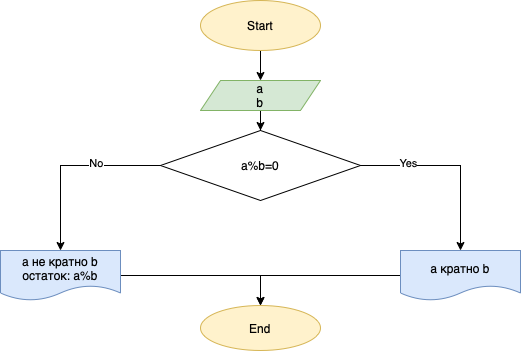
Earlier version of the draw.io export Task_2.03/Task_2.03.png (sdhomenko/Homework_CS1). Source tidied: cells renumbered, new cells last; positions are measured from the earlier drawing's top-left corner, leaving out a move shared by most shapes.
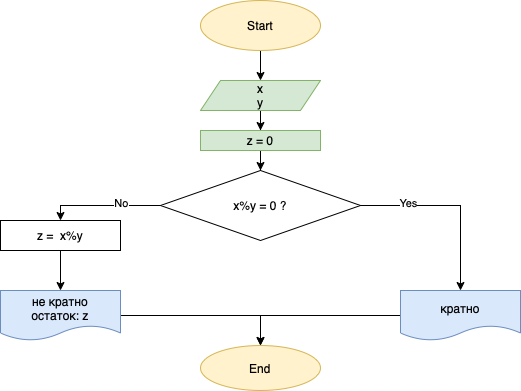
Later version of the same file.

What changed in the source:
```diff
@@ -6,16 +6,20 @@
       <mxGeometry relative="1" as="geometry" />
     </mxCell>
     <mxCell id="3" value="Start" style="ellipse;whiteSpace=wrap;html=1;fillColor=#fff2cc;strokeColor=#d6b656;" parent="1" vertex="1">
-      <mxGeometry x="200" width="120" height="50" as="geometry" />
+      <mxGeometry x="200" y="-40" width="120" height="50" as="geometry" />
     </mxCell>
-    <mxCell id="4" style="edgeStyle=orthogonalEdgeStyle;rounded=0;jettySize=auto;html=1;" parent="1" edge="1" source="5" target="10">
-      <mxGeometry relative="1" as="geometry" />
-    </mxCell>
+    <mxCell id="16" style="edgeStyle=orthogonalEdgeStyle;rounded=0;jettySize=auto;html=1;" parent="1" edge="1" source="5" target="18">
+      <mxGeometry relative="1" as="geometry" />
+    </mxCell>
-    <mxCell id="5" value="a&lt;br&gt;b" style="shape=parallelogram;perimeter=parallelogramPerimeter;whiteSpace=wrap;html=1;fixedSize=1;fillColor=#d5e8d4;strokeColor=#82b366;" parent="1" vertex="1">
-      <mxGeometry x="200" y="80" width="120" height="30" as="geometry" />
+    <mxCell id="5" value="x&lt;br&gt;y" style="shape=parallelogram;perimeter=parallelogramPerimeter;whiteSpace=wrap;html=1;fixedSize=1;fillColor=#d5e8d4;strokeColor=#82b366;" parent="1" vertex="1">
+      <mxGeometry x="200" y="40" width="120" height="30" as="geometry" />
     </mxCell>
-    <mxCell id="6" style="edgeStyle=orthogonalEdgeStyle;rounded=0;jettySize=auto;html=1;" parent="1" edge="1" source="10" target="12">
-      <mxGeometry relative="1" as="geometry" />
+    <mxCell id="6" style="edgeStyle=orthogonalEdgeStyle;rounded=0;jettySize=auto;html=1;" parent="1" edge="1" source="10" target="20">
+      <mxGeometry relative="1" as="geometry">
+        <Array as="points">
+          <mxPoint x="60" y="165" />
+        </Array>
+      </mxGeometry>
     </mxCell>
     <mxCell id="7" value="No" style="edgeLabel;html=1;align=center;verticalAlign=middle;" parent="6" vertex="1">
       <mxGeometry x="-0.3" y="-3" relative="1" as="geometry" />
@@ -26,23 +30,35 @@
     <mxCell id="9" value="Yes" style="edgeLabel;html=1;align=center;verticalAlign=middle;" parent="8" vertex="1">
       <mxGeometry x="-0.49" y="3" relative="1" as="geometry" />
     </mxCell>
-    <mxCell id="10" value="a%b=0" style="rhombus;whiteSpace=wrap;html=1;" parent="1" vertex="1">
+    <mxCell id="10" value="x%y = 0 ?" style="rhombus;whiteSpace=wrap;html=1;" parent="1" vertex="1">
       <mxGeometry x="160" y="130" width="200" height="70" as="geometry" />
     </mxCell>
     <mxCell id="11" style="edgeStyle=orthogonalEdgeStyle;rounded=0;jettySize=auto;html=1;" parent="1" edge="1" source="12" target="15">
       <mxGeometry relative="1" as="geometry" />
     </mxCell>
-    <mxCell id="12" value="a не кратно b&lt;br&gt;остаток: a%b" style="shape=document;whiteSpace=wrap;html=1;boundedLbl=1;fillColor=#dae8fc;strokeColor=#6c8ebf;" parent="1" vertex="1">
+    <mxCell id="12" value="не кратно&lt;br&gt;остаток: z" style="shape=document;whiteSpace=wrap;html=1;boundedLbl=1;fillColor=#dae8fc;strokeColor=#6c8ebf;" parent="1" vertex="1">
       <mxGeometry y="250" width="120" height="50" as="geometry" />
     </mxCell>
     <mxCell id="13" style="edgeStyle=orthogonalEdgeStyle;rounded=0;jettySize=auto;html=1;" parent="1" edge="1" source="14" target="15">
       <mxGeometry relative="1" as="geometry" />
     </mxCell>
-    <mxCell id="14" value="a кратно b" style="shape=document;whiteSpace=wrap;html=1;boundedLbl=1;fillColor=#dae8fc;strokeColor=#6c8ebf;" parent="1" vertex="1">
+    <mxCell id="14" value="кратно" style="shape=document;whiteSpace=wrap;html=1;boundedLbl=1;fillColor=#dae8fc;strokeColor=#6c8ebf;" parent="1" vertex="1">
       <mxGeometry x="400" y="250" width="120" height="50" as="geometry" />
     </mxCell>
     <mxCell id="15" value="End" style="ellipse;whiteSpace=wrap;html=1;fillColor=#fff2cc;strokeColor=#d6b656;" parent="1" vertex="1">
       <mxGeometry x="200" y="305" width="120" height="45" as="geometry" />
     </mxCell>
+    <mxCell id="17" style="edgeStyle=orthogonalEdgeStyle;rounded=0;jettySize=auto;html=1;" parent="1" edge="1" source="18" target="10">
+      <mxGeometry relative="1" as="geometry" />
+    </mxCell>
+    <mxCell id="18" value="z = 0" style="whiteSpace=wrap;html=1;fillColor=#d5e8d4;strokeColor=#82b366;" parent="1" vertex="1">
+      <mxGeometry x="200" y="90" width="120" height="20" as="geometry" />
+    </mxCell>
+    <mxCell id="19" style="edgeStyle=orthogonalEdgeStyle;rounded=0;jettySize=auto;html=1;" parent="1" edge="1" source="20" target="12">
+      <mxGeometry relative="1" as="geometry" />
+    </mxCell>
+    <mxCell id="20" value="z = &amp;nbsp;x%y" style="rounded=0;whiteSpace=wrap;html=1;" parent="1" vertex="1">
+      <mxGeometry y="180" width="120" height="30" as="geometry" />
+    </mxCell>
   </root>
 </mxGraphModel>
```
